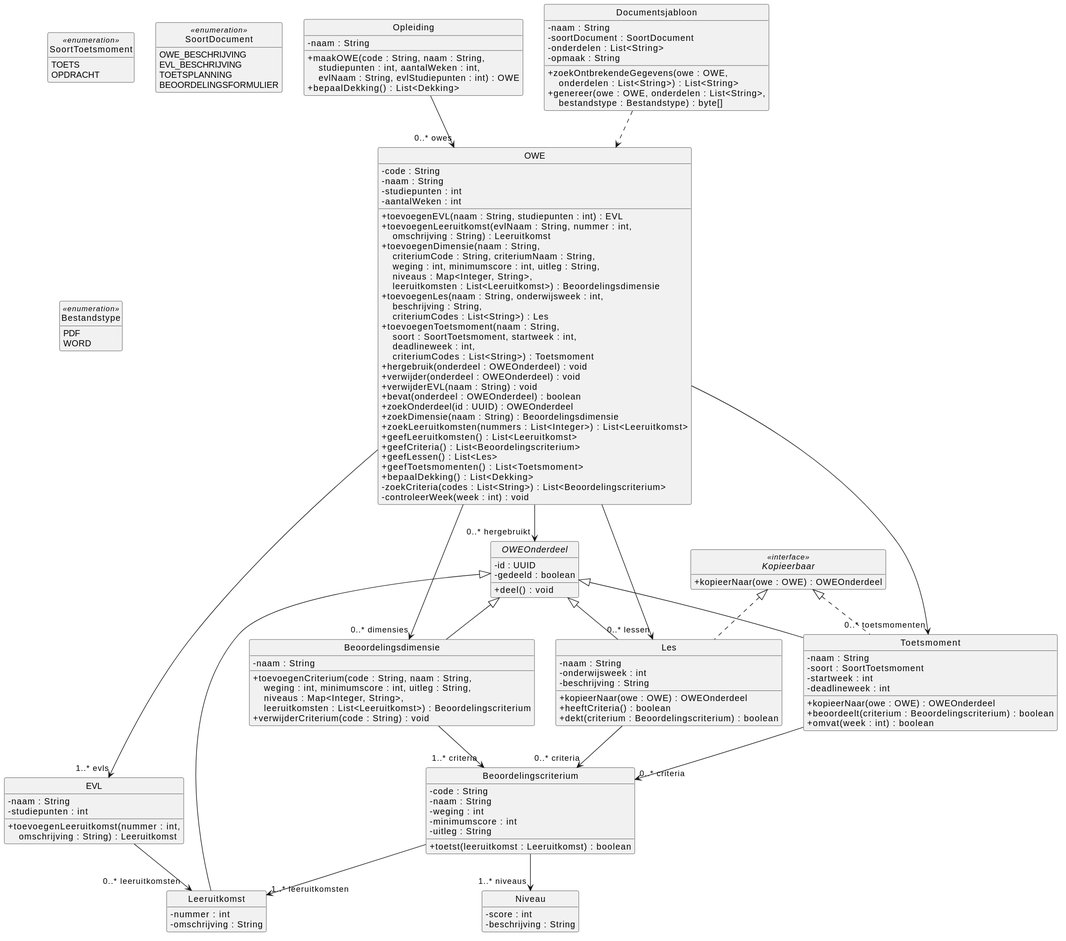
HAN-Craftsmanship-KL-JJG/casus keeps this PlantUML diagram as docs/diagrams/klassendiagram-domein.svg. Above is the earlier version.
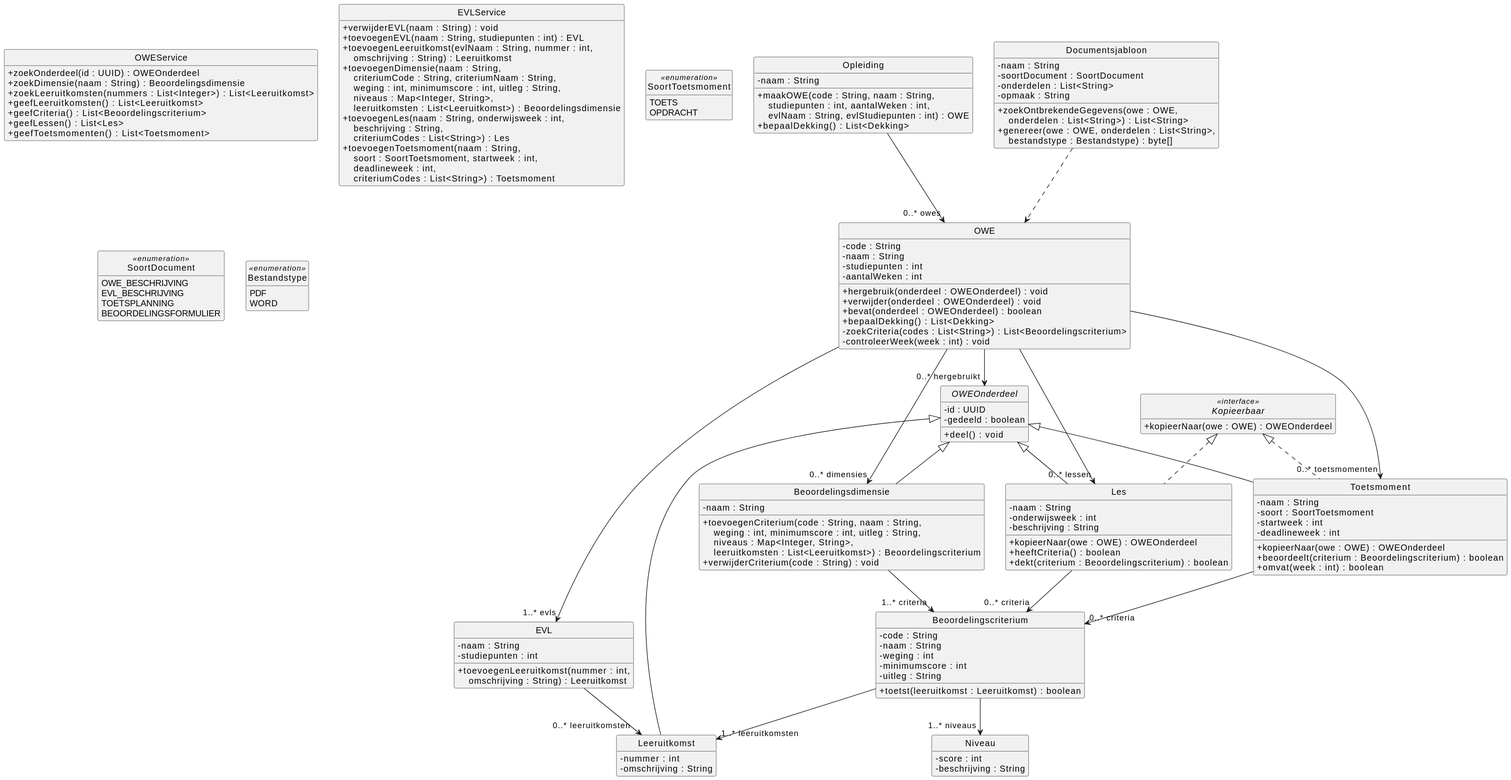
The same diagram one commit later.

Commit message:
docs: render the domain class diagram again

The SVG still showed OWE with all its operations. Rendered with the plantuml/plantuml:1.2025.10 container.

The edit, as a diff of the source:
```diff
@@ -16,15 +16,15 @@
   - naam : String
   - studiepunten : int
   - aantalWeken : int
-  + toevoegenEVL(naam : String, studiepunten : int) : EVL
-  + toevoegenLeeruitkomst(evlNaam : String, nummer : int,\n    omschrijving : String) : Leeruitkomst
-  + toevoegenDimensie(naam : String,\n    criteriumCode : String, criteriumNaam : String,\n    weging : int, minimumscore : int, uitleg : String,\n    niveaus : Map<Integer, String>,\n    leeruitkomsten : List<Leeruitkomst>) : Beoordelingsdimensie
-  + toevoegenLes(naam : String, onderwijsweek : int,\n    beschrijving : String,\n    criteriumCodes : List<String>) : Les
-  + toevoegenToetsmoment(naam : String,\n    soort : SoortToetsmoment, startweek : int,\n    deadlineweek : int,\n    criteriumCodes : List<String>) : Toetsmoment
   + hergebruik(onderdeel : OWEOnderdeel) : void
   + verwijder(onderdeel : OWEOnderdeel) : void
-  + verwijderEVL(naam : String) : void
   + bevat(onderdeel : OWEOnderdeel) : boolean
+  + bepaalDekking() : List<Dekking>
+  - zoekCriteria(codes : List<String>) : List<Beoordelingscriterium>
+  - controleerWeek(week : int) : void
+}
+
+class OWEService{
   + zoekOnderdeel(id : UUID) : OWEOnderdeel
   + zoekDimensie(naam : String) : Beoordelingsdimensie
   + zoekLeeruitkomsten(nummers : List<Integer>) : List<Leeruitkomst>
@@ -32,9 +32,15 @@
   + geefCriteria() : List<Beoordelingscriterium>
   + geefLessen() : List<Les>
   + geefToetsmomenten() : List<Toetsmoment>
-  + bepaalDekking() : List<Dekking>
-  - zoekCriteria(codes : List<String>) : List<Beoordelingscriterium>
-  - controleerWeek(week : int) : void
+}
+
+class EVLService{
+  + verwijderEVL(naam : String) : void
+  + toevoegenEVL(naam : String, studiepunten : int) : EVL
+  + toevoegenLeeruitkomst(evlNaam : String, nummer : int,\n    omschrijving : String) : Leeruitkomst
+  + toevoegenDimensie(naam : String,\n    criteriumCode : String, criteriumNaam : String,\n    weging : int, minimumscore : int, uitleg : String,\n    niveaus : Map<Integer, String>,\n    leeruitkomsten : List<Leeruitkomst>) : Beoordelingsdimensie
+  + toevoegenLes(naam : String, onderwijsweek : int,\n    beschrijving : String,\n    criteriumCodes : List<String>) : Les
+  + toevoegenToetsmoment(naam : String,\n    soort : SoortToetsmoment, startweek : int,\n    deadlineweek : int,\n    criteriumCodes : List<String>) : Toetsmoment
 }
 
 class EVL {
```
